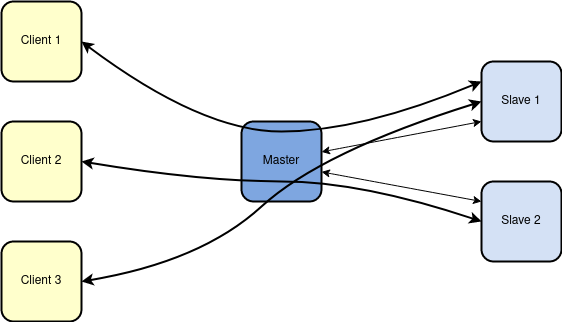
Above: SchemaEtape3.drawio.png in Yalkann/ProjetFTP (draw.io), before the change. Source tidied: cells renumbered, new cells last; positions are measured from the earlier drawing's top-left corner, leaving out a move shared by most shapes.
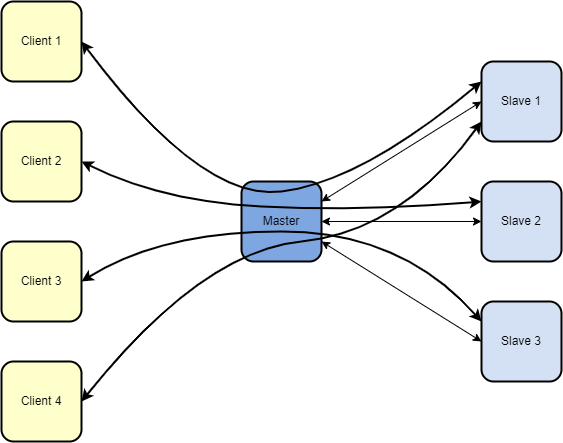
Above is the later version.

Change to the diagram source:
```diff
@@ -11,8 +11,8 @@
     <mxCell id="4" value="Client 3" style="rounded=1;whiteSpace=wrap;html=1;shadow=0;sketch=0;strokeColor=default;strokeWidth=2;fillColor=#FFFFCC;gradientColor=none;" parent="1" vertex="1">
       <mxGeometry y="240" width="80" height="80" as="geometry" />
     </mxCell>
-    <mxCell id="5" value="Master" style="rounded=1;whiteSpace=wrap;html=1;shadow=0;sketch=0;strokeColor=default;strokeWidth=2;fillColor=#7EA6E0;gradientColor=none;points=[[0,0,0,0,0],[0,0.25,0,0,0],[0,0.5,0,0,0],[0,0.75,0,0,0],[0,1,0,0,0],[0.25,0,0,0,0],[0.25,1,0,0,0],[0.5,0,0,0,0],[0.5,1,0,0,0],[0.75,0,0,0,0],[0.75,1,0,0,0],[1,0,0,0,0],[1,0.25,0,0,0],[1,0.38,0,0,0],[1,0.5,0,0,0],[1,0.63,0,0,0],[1,0.75,0,0,0],[1,1,0,0,0]];" parent="1" vertex="1">
-      <mxGeometry x="240" y="120" width="80" height="80" as="geometry" />
+    <mxCell id="5" value="Master" style="rounded=1;whiteSpace=wrap;html=1;shadow=0;sketch=0;strokeColor=default;strokeWidth=2;fillColor=#7EA6E0;gradientColor=none;points=[[0,0,0,0,0],[0,0.25,0,0,0],[0,0.5,0,0,0],[0,0.75,0,0,0],[0,1,0,0,0],[0.25,0,0,0,0],[0.25,1,0,0,0],[0.5,0,0,0,0],[0.5,1,0,0,0],[0.75,0,0,0,0],[0.75,1,0,0,0],[1,0,0,0,0],[1,0.25,0,0,0],[1,0.5,0,0,0],[1,0.75,0,0,0],[1,1,0,0,0]];" parent="1" vertex="1">
+      <mxGeometry x="240" y="180" width="80" height="80" as="geometry" />
     </mxCell>
     <mxCell id="6" value="Slave 1" style="rounded=1;whiteSpace=wrap;html=1;shadow=0;sketch=0;strokeColor=default;strokeWidth=2;fillColor=#D4E1F5;gradientColor=none;" parent="1" vertex="1">
       <mxGeometry x="480" y="60" width="80" height="80" as="geometry" />
@@ -20,35 +20,56 @@
     <mxCell id="7" value="Slave 2" style="rounded=1;whiteSpace=wrap;html=1;shadow=0;sketch=0;strokeColor=default;strokeWidth=2;fillColor=#D4E1F5;gradientColor=none;" parent="1" vertex="1">
       <mxGeometry x="480" y="180" width="80" height="80" as="geometry" />
     </mxCell>
-    <mxCell id="8" style="endArrow=classic;html=1;rounded=0;strokeColor=default;strokeWidth=1;curved=1;exitX=1;exitY=0.38;exitDx=0;exitDy=0;entryX=0;entryY=0.75;entryDx=0;entryDy=0;startArrow=classic;startFill=1;exitPerimeter=0;" parent="1" edge="1" source="5" target="6">
-      <mxGeometry relative="1" as="geometry" />
+    <mxCell id="8" style="endArrow=classic;html=1;rounded=0;strokeColor=default;strokeWidth=1;curved=1;entryX=0;entryY=0.5;entryDx=0;entryDy=0;startArrow=classic;startFill=1;" parent="1" edge="1" target="6">
+      <mxGeometry relative="1" as="geometry">
+        <mxPoint x="320" y="200" as="sourcePoint" />
+      </mxGeometry>
     </mxCell>
-    <mxCell id="9" style="endArrow=classic;html=1;rounded=0;strokeColor=default;strokeWidth=1;curved=1;exitX=1;exitY=0.63;exitDx=0;exitDy=0;entryX=0;entryY=0.25;entryDx=0;entryDy=0;startArrow=classic;startFill=1;exitPerimeter=0;" parent="1" edge="1" source="5" target="7">
-      <mxGeometry relative="1" as="geometry" />
+    <mxCell id="9" style="endArrow=classic;html=1;rounded=0;strokeColor=default;strokeWidth=1;curved=1;entryX=0;entryY=0.5;entryDx=0;entryDy=0;startArrow=classic;startFill=1;" parent="1" edge="1" target="7">
+      <mxGeometry relative="1" as="geometry">
+        <mxPoint x="320" y="220" as="sourcePoint" />
+      </mxGeometry>
     </mxCell>
     <mxCell id="10" style="curved=1;endArrow=classic;html=1;rounded=0;strokeColor=default;strokeWidth=2;exitX=1;exitY=0.5;exitDx=0;exitDy=0;entryX=0;entryY=0.25;entryDx=0;entryDy=0;startArrow=classic;startFill=1;" parent="1" edge="1" source="2" target="6">
       <mxGeometry relative="1" as="geometry">
         <Array as="points">
-          <mxPoint x="200" y="130" />
-          <mxPoint x="360" y="130" />
+          <mxPoint x="200" y="200" />
+          <mxPoint x="360" y="180" />
         </Array>
       </mxGeometry>
     </mxCell>
-    <mxCell id="11" style="curved=1;endArrow=classic;html=1;rounded=0;strokeColor=default;strokeWidth=2;exitX=1;exitY=0.5;exitDx=0;exitDy=0;entryX=0;entryY=0.5;entryDx=0;entryDy=0;startArrow=classic;startFill=1;" parent="1" edge="1" source="3" target="7">
+    <mxCell id="11" style="curved=1;endArrow=classic;html=1;rounded=0;strokeColor=default;strokeWidth=2;exitX=1;exitY=0.5;exitDx=0;exitDy=0;entryX=0;entryY=0.25;entryDx=0;entryDy=0;startArrow=classic;startFill=1;" parent="1" edge="1" source="3" target="7">
       <mxGeometry relative="1" as="geometry">
         <Array as="points">
-          <mxPoint x="200" y="180" />
-          <mxPoint x="360" y="180" />
+          <mxPoint x="160" y="200" />
+          <mxPoint x="360" y="210" />
         </Array>
       </mxGeometry>
     </mxCell>
-    <mxCell id="12" style="curved=1;endArrow=classic;html=1;rounded=0;strokeColor=default;strokeWidth=2;exitX=1;exitY=0.5;exitDx=0;exitDy=0;entryX=0;entryY=0.5;entryDx=0;entryDy=0;startArrow=classic;startFill=1;" parent="1" edge="1" source="4" target="6">
+    <mxCell id="12" style="curved=1;endArrow=classic;html=1;rounded=0;strokeColor=default;strokeWidth=2;exitX=1;exitY=0.5;exitDx=0;exitDy=0;entryX=0;entryY=0.25;entryDx=0;entryDy=0;startArrow=classic;startFill=1;" parent="1" edge="1" source="4" target="13">
       <mxGeometry relative="1" as="geometry">
         <Array as="points">
-          <mxPoint x="200" y="260" />
-          <mxPoint x="320" y="150" />
+          <mxPoint x="160" y="230" />
+          <mxPoint x="400" y="230" />
         </Array>
       </mxGeometry>
     </mxCell>
+    <mxCell id="13" value="Slave 3" style="rounded=1;whiteSpace=wrap;html=1;shadow=0;sketch=0;strokeColor=default;strokeWidth=2;fillColor=#D4E1F5;gradientColor=none;" parent="1" vertex="1">
+      <mxGeometry x="480" y="300" width="80" height="80" as="geometry" />
+    </mxCell>
+    <mxCell id="14" style="endArrow=classic;html=1;rounded=0;strokeColor=default;strokeWidth=1;curved=1;exitX=1;exitY=0.75;exitDx=0;exitDy=0;entryX=0;entryY=0.5;entryDx=0;entryDy=0;startArrow=classic;startFill=1;exitPerimeter=0;" parent="1" edge="1" source="5" target="13">
+      <mxGeometry relative="1" as="geometry" />
+    </mxCell>
+    <mxCell id="15" value="Client 4" style="rounded=1;whiteSpace=wrap;html=1;shadow=0;sketch=0;strokeColor=default;strokeWidth=2;fillColor=#FFFFCC;gradientColor=none;" parent="1" vertex="1">
+      <mxGeometry y="360" width="80" height="80" as="geometry" />
+    </mxCell>
+    <mxCell id="16" style="curved=1;endArrow=classic;html=1;rounded=0;strokeColor=default;strokeWidth=2;exitX=1;exitY=0.5;exitDx=0;exitDy=0;entryX=0;entryY=0.75;entryDx=0;entryDy=0;startArrow=classic;startFill=1;" parent="1" edge="1" source="15" target="6">
+      <mxGeometry relative="1" as="geometry">
+        <Array as="points">
+          <mxPoint x="200" y="250" />
+          <mxPoint x="400" y="230" />
+        </Array>
+      </mxGeometry>
+    </mxCell>
   </root>
 </mxGraphModel>
```
